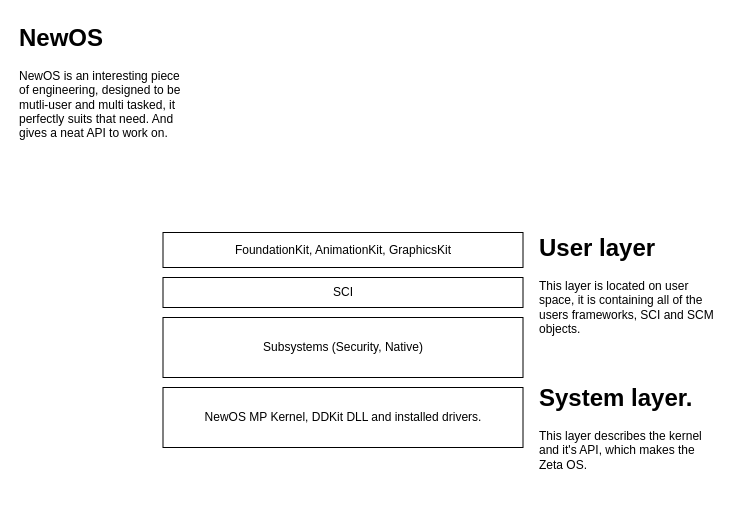
nekernel-org/nekernel keeps this draw.io diagram as doc/OS-Design.drawio. Above is the earlier version. Source tidied: cells renumbered, new cells numbered last; positions are measured from the earlier drawing's top-left corner, leaving out a move shared by most shapes. Both pictures are drawn from the tidied source at 100%, with x=0, y=0 at pixel (17, 17).
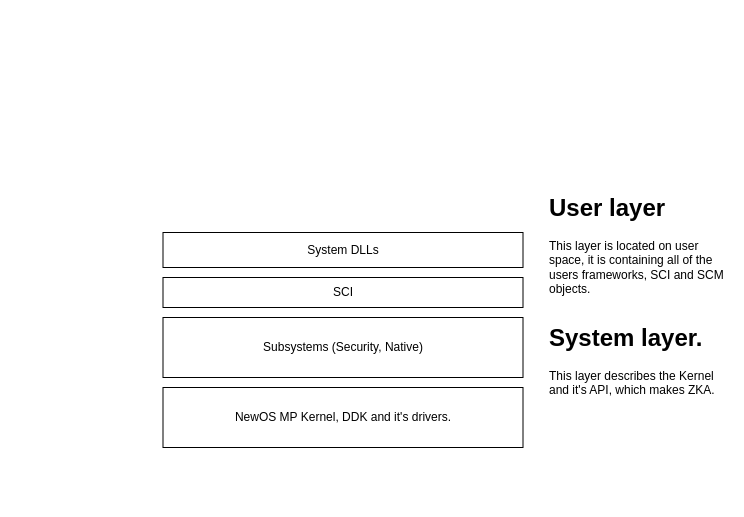
The same page after the edit.

What changed in the source:
```diff
@@
 <mxGraphModel>
   <root>
     <mxCell id="0" />
     <mxCell id="1" parent="0" />
     <mxCell id="2" value="SCI" style="rounded=0;whiteSpace=wrap;html=1;" parent="1" vertex="1">
       <mxGeometry x="145.5" y="260" width="360" height="30" as="geometry" />
     </mxCell>
-    <mxCell id="3" value="FoundationKit, AnimationKit, GraphicsKit" style="rounded=0;whiteSpace=wrap;html=1;" parent="1" vertex="1">
+    <mxCell id="3" value="System DLLs" style="rounded=0;whiteSpace=wrap;html=1;" parent="1" vertex="1">
       <mxGeometry x="145.5" y="215" width="360" height="35" as="geometry" />
     </mxCell>
-    <mxCell id="4" value="&lt;h1 style=&quot;margin-top: 0px;&quot;&gt;System layer.&lt;/h1&gt;&lt;p&gt;This layer describes the kernel and it's API, which makes the Zeta OS.&lt;/p&gt;" style="text;html=1;whiteSpace=wrap;overflow=hidden;rounded=0;" parent="1" vertex="1">
-      <mxGeometry x="520" y="360" width="180" height="120" as="geometry" />
+    <mxCell id="4" value="&lt;h1 style=&quot;margin-top: 0px;&quot;&gt;System layer.&lt;/h1&gt;&lt;p&gt;This layer describes the Kernel and it's API, which makes ZKA.&lt;/p&gt;" style="text;html=1;whiteSpace=wrap;overflow=hidden;rounded=0;" parent="1" vertex="1">
+      <mxGeometry x="530" y="300" width="180" height="120" as="geometry" />
     </mxCell>
-    <mxCell id="5" value="NewOS MP Kernel, DDKit&amp;nbsp;DLL and installed drivers." style="rounded=0;whiteSpace=wrap;html=1;" parent="1" vertex="1">
+    <mxCell id="5" value="NewOS MP Kernel, DDK and it's drivers." style="rounded=0;whiteSpace=wrap;html=1;" parent="1" vertex="1">
       <mxGeometry x="145.5" y="370" width="360" height="60" as="geometry" />
     </mxCell>
     <mxCell id="6" value="&lt;h1 style=&quot;margin-top: 0px;&quot;&gt;User layer&lt;/h1&gt;&lt;div&gt;This layer is located on user space, it is containing all of the users frameworks, SCI and SCM objects.&lt;/div&gt;" style="text;html=1;whiteSpace=wrap;overflow=hidden;rounded=0;" parent="1" vertex="1">
-      <mxGeometry x="520" y="210" width="180" height="120" as="geometry" />
+      <mxGeometry x="530" y="170" width="180" height="120" as="geometry" />
     </mxCell>
-    <mxCell id="7" value="&lt;h1 style=&quot;margin-top: 0px;&quot;&gt;NewOS&lt;/h1&gt;&lt;div&gt;NewOS is an interesting piece&lt;/div&gt;&lt;div&gt;of engineering, designed to be mutli-user and multi tasked, it perfectly suits that need. And gives a neat API to work on.&lt;/div&gt;" style="text;html=1;whiteSpace=wrap;overflow=hidden;rounded=0;" parent="1" vertex="1">
-      <mxGeometry width="180" height="130" as="geometry" />
-    </mxCell>
     <mxCell id="8" value="Subsystems (Security, Native)" style="rounded=0;whiteSpace=wrap;html=1;" parent="1" vertex="1">
       <mxGeometry x="145.5" y="300" width="360" height="60" as="geometry" />
     </mxCell>
   </root>
 </mxGraphModel>
```
